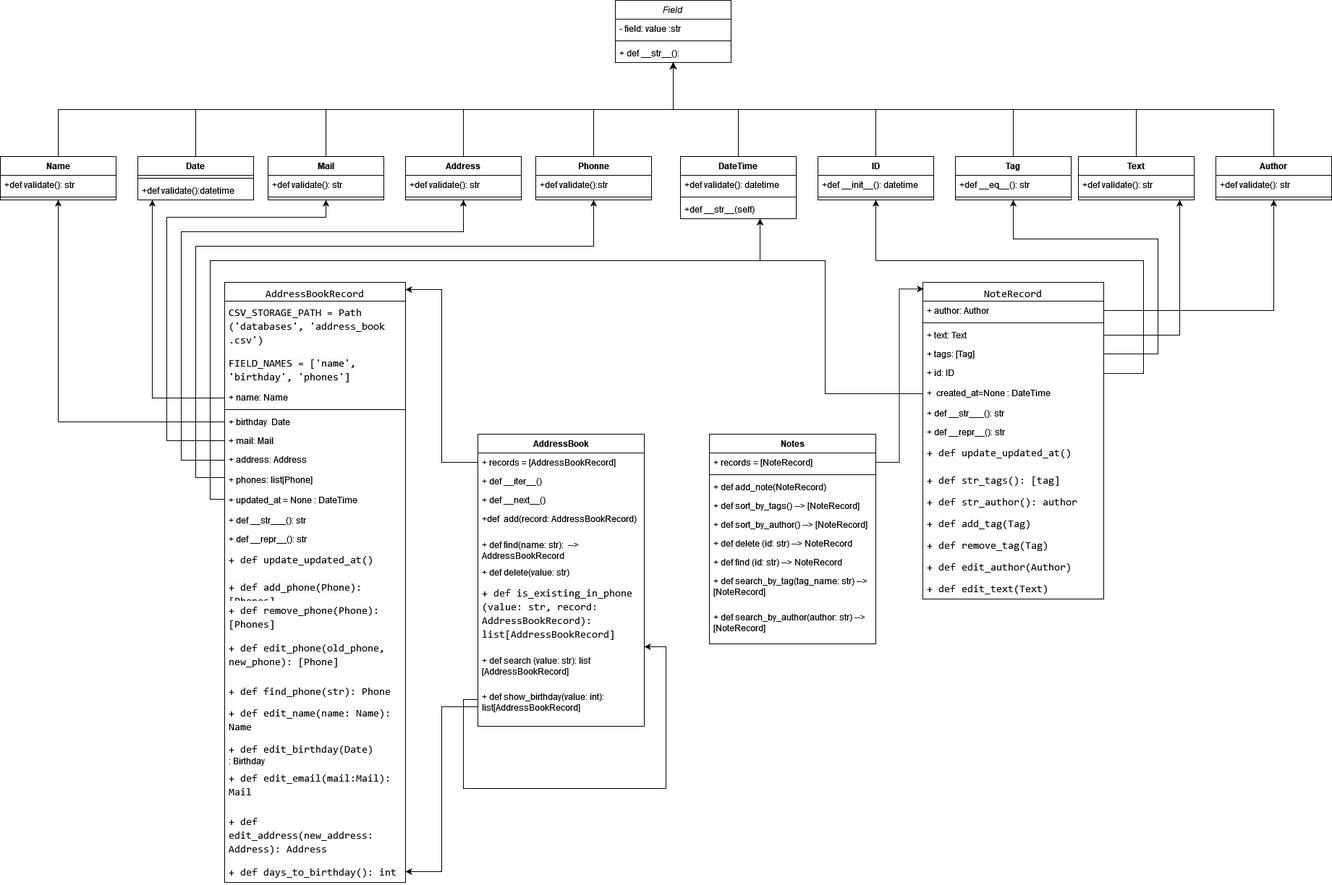
The draw.io diagram dz1.png in rusetskiy1974/Python_web_DZ2, before a commit. Source tidied: cells renumbered, new cells last; positions are measured from the earlier drawing's top-left corner, leaving out a move shared by most shapes.
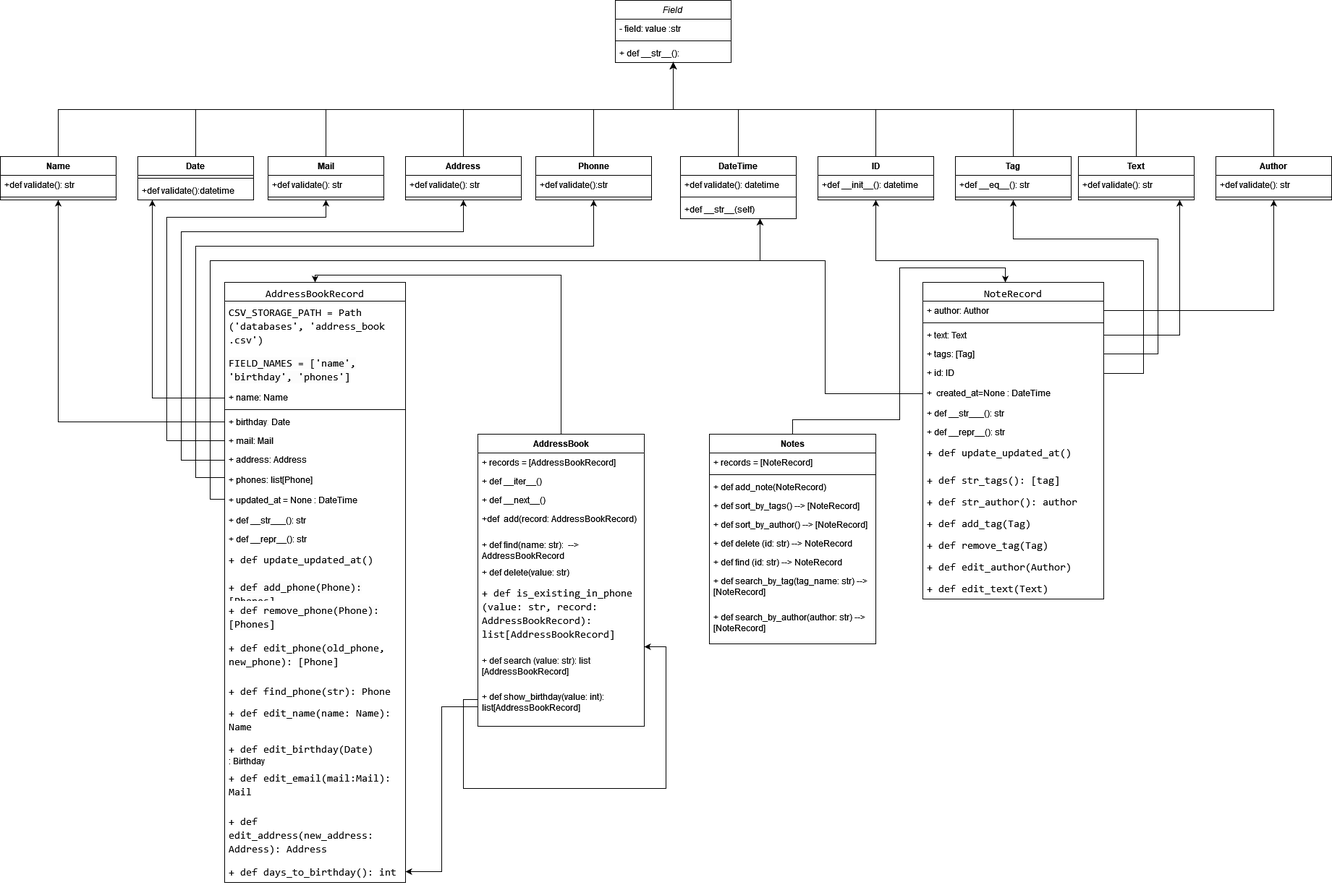
After the change.

Diff of the diagram source:
```diff
@@ -318,6 +318,14 @@
         </Array>
       </mxGeometry>
     </mxCell>
+    <mxCell id="120" style="edgeStyle=orthogonalEdgeStyle;rounded=0;jettySize=auto;html=1;exitX=0.5;exitY=0;exitDx=0;exitDy=0;entryX=0.5;entryY=0;entryDx=0;entryDy=0;" parent="1" edge="1" source="94" target="44">
+      <mxGeometry relative="1" as="geometry">
+        <Array as="points">
+          <mxPoint x="775" y="380" />
+          <mxPoint x="435" y="380" />
+        </Array>
+      </mxGeometry>
+    </mxCell>
     <mxCell id="94" value="AddressBook" style="swimlane;fontStyle=1;align=center;verticalAlign=top;horizontal=1;startSize=26;whiteSpace=wrap;html=1;" parent="1" vertex="1">
       <mxGeometry x="660" y="600" width="230" height="404" as="geometry" />
     </mxCell>
@@ -389,20 +397,9 @@
     <mxCell id="114" value="+ def search_by_author(author: str) --&amp;gt; [NoteRecord]" style="text;strokeColor=none;fillColor=none;align=left;verticalAlign=top;spacingLeft=4;spacingRight=4;overflow=hidden;whiteSpace=wrap;html=1;" parent="105" vertex="1">
       <mxGeometry y="240" width="230" height="50" as="geometry" />
     </mxCell>
-    <mxCell id="115" style="edgeStyle=orthogonalEdgeStyle;rounded=0;jettySize=auto;html=1;exitX=0;exitY=0.5;exitDx=0;exitDy=0;" parent="1" edge="1" source="95" target="44">
-      <mxGeometry relative="1" as="geometry">
-        <Array as="points">
-          <mxPoint x="610" y="639" />
-          <mxPoint x="610" y="400" />
-        </Array>
-      </mxGeometry>
-    </mxCell>
     <mxCell id="116" style="edgeStyle=orthogonalEdgeStyle;rounded=0;jettySize=auto;html=1;" parent="1" edge="1" source="104" target="65">
       <mxGeometry relative="1" as="geometry" />
     </mxCell>
-    <mxCell id="117" style="edgeStyle=orthogonalEdgeStyle;rounded=0;jettySize=auto;html=1;exitX=1;exitY=0.5;exitDx=0;exitDy=0;entryX=0.004;entryY=0.021;entryDx=0;entryDy=0;entryPerimeter=0;" parent="1" edge="1" source="106" target="74">
-      <mxGeometry relative="1" as="geometry" />
-    </mxCell>
     <mxCell id="118" style="edgeStyle=orthogonalEdgeStyle;rounded=0;jettySize=auto;html=1;exitX=0;exitY=0.5;exitDx=0;exitDy=0;" parent="1" edge="1" source="53" target="27">
       <mxGeometry relative="1" as="geometry">
         <Array as="points">
@@ -422,5 +419,15 @@
         </Array>
       </mxGeometry>
     </mxCell>
+    <mxCell id="121" style="edgeStyle=orthogonalEdgeStyle;rounded=0;jettySize=auto;html=1;entryX=0.456;entryY=0;entryDx=0;entryDy=0;entryPerimeter=0;" parent="1" edge="1" source="105" target="74">
+      <mxGeometry relative="1" as="geometry">
+        <Array as="points">
+          <mxPoint x="1095" y="580" />
+          <mxPoint x="1243" y="580" />
+          <mxPoint x="1243" y="370" />
+          <mxPoint x="1389" y="370" />
+        </Array>
+      </mxGeometry>
+    </mxCell>
   </root>
 </mxGraphModel>
```
